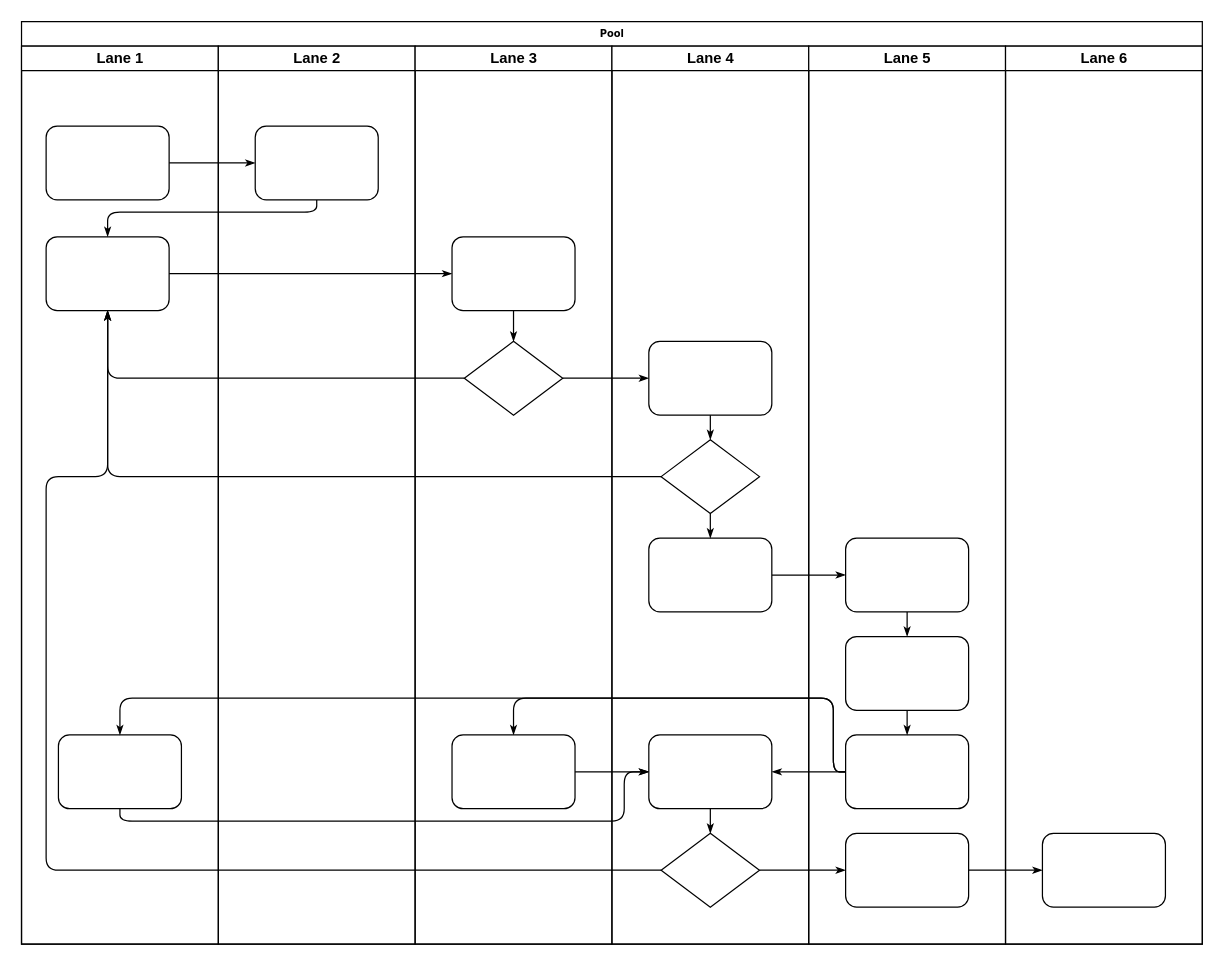
The draw.io diagram Diagrama sin título.drawio in EliudTapiaMoto/WMXSLP, before the edit. Source tidied: cells renumbered, new cells numbered last; positions are measured from the earlier drawing's top-left corner, leaving out a move shared by most shapes. Both pictures are drawn from the tidied source at 123%, with x=0, y=0 at pixel (21, 21).
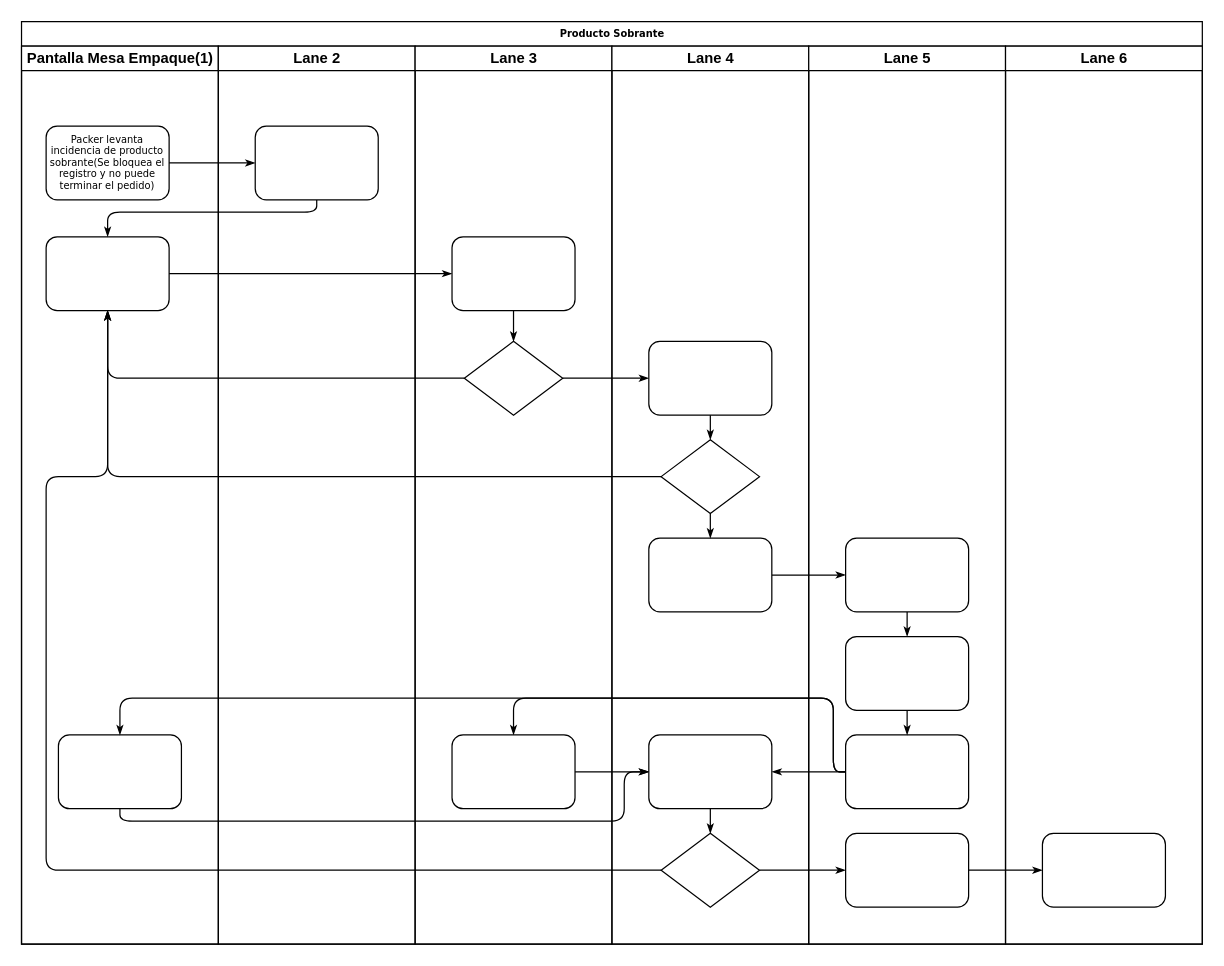
Above is the later version.

The edit, as a diff of the source:
```diff
@@
-    <mxCell id="2" value="Pool" style="swimlane;html=1;startSize=20;rounded=0;shadow=0;labelBackgroundColor=none;strokeWidth=1;fontFamily=Verdana;fontSize=8;align=center;" parent="1" vertex="1">
+    <mxCell id="2" value="Producto Sobrante" style="swimlane;html=1;startSize=20;rounded=0;shadow=0;labelBackgroundColor=none;strokeWidth=1;fontFamily=Verdana;fontSize=8;align=center;" parent="1" vertex="1">
       <mxGeometry width="960" height="750" as="geometry" />
     </mxCell>
-    <mxCell id="3" value="Lane 1" style="swimlane;html=1;startSize=20;" parent="2" vertex="1">
+    <mxCell id="3" value="Pantalla Mesa Empaque(1)" style="swimlane;html=1;startSize=20;" parent="2" vertex="1">
       <mxGeometry y="20" width="160" height="730" as="geometry" />
     </mxCell>
-    <mxCell id="4" style="rounded=1;whiteSpace=wrap;html=1;shadow=0;labelBackgroundColor=none;strokeWidth=1;fontFamily=Verdana;fontSize=8;align=center;" parent="3" vertex="1">
+    <mxCell id="4" value="Packer levanta incidencia de producto sobrante(Se bloquea el registro y no puede terminar el pedido) " style="rounded=1;whiteSpace=wrap;html=1;shadow=0;labelBackgroundColor=none;strokeWidth=1;fontFamily=Verdana;fontSize=8;align=center;" parent="3" vertex="1">
       <mxGeometry x="20" y="65" width="100" height="60" as="geometry" />
     </mxCell>
```
